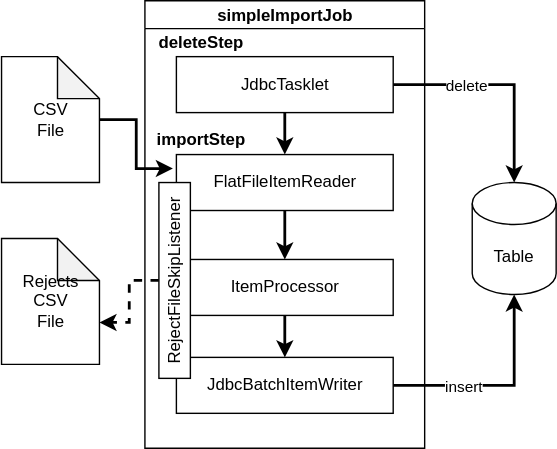
desprez/springbatch-patterns keeps this draw.io diagram as images/simpleExportJob.svg. Above is the earlier version. Source tidied: cells renumbered, new cells last; positions are measured from the earlier drawing's top-left corner, leaving out a move shared by most shapes.
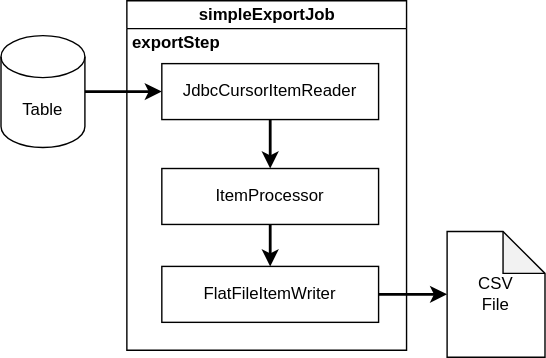
After the change.

The edit, as a diff of the source:
```diff
@@ -2,71 +2,38 @@
   <root>
     <mxCell id="0" />
     <mxCell id="1" parent="0" />
-    <mxCell id="2" value="Table" style="shape=cylinder3;whiteSpace=wrap;html=1;boundedLbl=1;backgroundOutline=1;size=15;" parent="1" vertex="1">
-      <mxGeometry x="336" y="130" width="60" height="80" as="geometry" />
+    <mxCell id="2" style="edgeStyle=orthogonalEdgeStyle;rounded=0;jettySize=auto;html=1;entryX=0;entryY=0.5;entryDx=0;entryDy=0;startArrow=none;startFill=0;endArrow=classic;endFill=1;strokeWidth=2;" parent="1" edge="1" source="3" target="7">
+      <mxGeometry relative="1" as="geometry" />
     </mxCell>
-    <mxCell id="3" style="edgeStyle=orthogonalEdgeStyle;rounded=0;jettySize=auto;html=1;strokeWidth=2;" parent="1" edge="1" source="4">
-      <mxGeometry relative="1" as="geometry">
-        <mxPoint x="122" y="120" as="targetPoint" />
-      </mxGeometry>
+    <mxCell id="3" value="Table" style="shape=cylinder3;whiteSpace=wrap;html=1;boundedLbl=1;backgroundOutline=1;size=15;" parent="1" vertex="1">
+      <mxGeometry x="12" y="385" width="60" height="80" as="geometry" />
     </mxCell>
-    <mxCell id="4" value="&lt;div&gt;CSV&lt;/div&gt;&lt;div&gt;File&lt;br&gt;&lt;/div&gt;" style="shape=note;whiteSpace=wrap;html=1;backgroundOutline=1;darkOpacity=0.05;" parent="1" vertex="1">
-      <mxGeometry x="-0.5" y="40" width="70" height="90" as="geometry" />
+    <mxCell id="4" value="&lt;div&gt;CSV&lt;/div&gt;&lt;div&gt;File&lt;/div&gt;" style="shape=note;whiteSpace=wrap;html=1;backgroundOutline=1;darkOpacity=0.05;" parent="1" vertex="1">
+      <mxGeometry x="331" y="525" width="70" height="90" as="geometry" />
     </mxCell>
-    <mxCell id="5" value="simpleImportJob" style="swimlane;html=1;startSize=20;horizontal=1;containerType=tree;labelPosition=center;verticalLabelPosition=middle;align=center;verticalAlign=bottom;" parent="1" vertex="1">
-      <mxGeometry x="102" width="200" height="320" as="geometry" />
+    <mxCell id="5" value="simpleExportJob" style="swimlane;html=1;startSize=20;horizontal=1;containerType=tree;labelPosition=center;verticalLabelPosition=middle;align=center;verticalAlign=middle;" parent="1" vertex="1">
+      <mxGeometry x="102" y="360" width="200" height="250" as="geometry" />
     </mxCell>
-    <mxCell id="6" style="edgeStyle=elbowEdgeStyle;elbow=vertical;startArrow=none;endArrow=classic;rounded=0;strokeWidth=2;startFill=0;endFill=1;" parent="5" edge="1" source="7" target="10">
+    <mxCell id="6" style="edgeStyle=elbowEdgeStyle;elbow=vertical;startArrow=none;endArrow=classic;rounded=0;strokeWidth=2;endFill=1;" parent="5" edge="1" source="7" target="10">
       <mxGeometry relative="1" as="geometry" />
     </mxCell>
-    <mxCell id="7" value="FlatFileItemReader" style="whiteSpace=wrap;html=1;newEdgeStyle={&quot;edgeStyle&quot;:&quot;elbowEdgeStyle&quot;,&quot;startArrow&quot;:&quot;none&quot;,&quot;endArrow&quot;:&quot;none&quot;};" parent="5" vertex="1">
-      <mxGeometry x="22.5" y="110" width="155" height="40" as="geometry" />
+    <mxCell id="7" value="JdbcCursorItemReader" style="whiteSpace=wrap;html=1;newEdgeStyle={&quot;edgeStyle&quot;:&quot;elbowEdgeStyle&quot;,&quot;startArrow&quot;:&quot;none&quot;,&quot;endArrow&quot;:&quot;none&quot;};" parent="5" vertex="1">
+      <mxGeometry x="25" y="45" width="155" height="40" as="geometry" />
     </mxCell>
-    <mxCell id="8" value="JdbcBatchItemWriter" style="whiteSpace=wrap;html=1;newEdgeStyle={&quot;edgeStyle&quot;:&quot;elbowEdgeStyle&quot;,&quot;startArrow&quot;:&quot;none&quot;,&quot;endArrow&quot;:&quot;none&quot;};" parent="5" vertex="1">
-      <mxGeometry x="22.5" y="255" width="155" height="40" as="geometry" />
+    <mxCell id="8" value="FlatFileItemWriter" style="whiteSpace=wrap;html=1;newEdgeStyle={&quot;edgeStyle&quot;:&quot;elbowEdgeStyle&quot;,&quot;startArrow&quot;:&quot;none&quot;,&quot;endArrow&quot;:&quot;none&quot;};" parent="5" vertex="1">
+      <mxGeometry x="25" y="190" width="155" height="40" as="geometry" />
     </mxCell>
-    <mxCell id="9" style="edgeStyle=elbowEdgeStyle;elbow=vertical;startArrow=none;endArrow=classic;rounded=0;endFill=1;strokeWidth=2;" parent="5" edge="1" source="10" target="8">
+    <mxCell id="9" style="edgeStyle=elbowEdgeStyle;elbow=vertical;startArrow=none;endArrow=classic;rounded=0;strokeWidth=2;endFill=1;" parent="5" edge="1" source="10" target="8">
       <mxGeometry relative="1" as="geometry" />
     </mxCell>
     <mxCell id="10" value="ItemProcessor" style="whiteSpace=wrap;html=1;newEdgeStyle={&quot;edgeStyle&quot;:&quot;elbowEdgeStyle&quot;,&quot;startArrow&quot;:&quot;none&quot;,&quot;endArrow&quot;:&quot;none&quot;};" parent="5" vertex="1">
-      <mxGeometry x="22.5" y="185" width="155" height="40" as="geometry" />
+      <mxGeometry x="25" y="120" width="155" height="40" as="geometry" />
     </mxCell>
-    <mxCell id="11" value="importStep" style="text;html=1;align=center;verticalAlign=middle;fontStyle=1;" parent="5" vertex="1">
-      <mxGeometry y="90" width="80" height="20" as="geometry" />
+    <mxCell id="11" value="exportStep" style="text;html=1;align=center;verticalAlign=middle;fontStyle=1;" parent="5" vertex="1">
+      <mxGeometry x="-5" y="20" width="80" height="20" as="geometry" />
     </mxCell>
-    <mxCell id="12" value="deleteStep" style="text;html=1;align=center;verticalAlign=middle;fontStyle=1;" parent="5" vertex="1">
-      <mxGeometry y="20" width="80" height="20" as="geometry" />
+    <mxCell id="12" style="edgeStyle=orthogonalEdgeStyle;rounded=0;jettySize=auto;html=1;startArrow=none;startFill=0;endArrow=classic;endFill=1;strokeWidth=2;entryX=0;entryY=0.5;entryDx=0;entryDy=0;entryPerimeter=0;" parent="1" edge="1" source="8" target="4">
+      <mxGeometry relative="1" as="geometry" />
     </mxCell>
-    <mxCell id="13" style="edgeStyle=orthogonalEdgeStyle;rounded=0;jettySize=auto;html=1;strokeWidth=2;" parent="5" edge="1" source="14" target="7">
-      <mxGeometry relative="1" as="geometry" />
-    </mxCell>
-    <mxCell id="14" value="JdbcTasklet" style="whiteSpace=wrap;html=1;newEdgeStyle={&quot;edgeStyle&quot;:&quot;elbowEdgeStyle&quot;,&quot;startArrow&quot;:&quot;none&quot;,&quot;endArrow&quot;:&quot;none&quot;};" parent="5" vertex="1">
-      <mxGeometry x="22.5" y="40" width="155" height="40" as="geometry" />
-    </mxCell>
-    <mxCell id="15" style="edgeStyle=orthogonalEdgeStyle;rounded=0;jettySize=auto;html=1;strokeWidth=2;" parent="1" edge="1" source="8" target="2">
-      <mxGeometry relative="1" as="geometry" />
-    </mxCell>
-    <mxCell id="16" value="insert" style="edgeLabel;html=1;align=center;verticalAlign=middle;" parent="15" vertex="1">
-      <mxGeometry x="-0.12" relative="1" as="geometry">
-        <mxPoint x="-17" as="offset" />
-      </mxGeometry>
-    </mxCell>
-    <mxCell id="17" style="edgeStyle=orthogonalEdgeStyle;rounded=0;jettySize=auto;html=1;entryX=0.5;entryY=0;entryDx=0;entryDy=0;entryPerimeter=0;strokeWidth=2;" parent="1" edge="1" source="14" target="2">
-      <mxGeometry relative="1" as="geometry" />
-    </mxCell>
-    <mxCell id="18" value="delete" style="edgeLabel;html=1;align=center;verticalAlign=middle;" parent="17" vertex="1">
-      <mxGeometry x="-0.15" y="-3" relative="1" as="geometry">
-        <mxPoint x="-14.5" y="-3" as="offset" />
-      </mxGeometry>
-    </mxCell>
-    <mxCell id="19" value="Rejects&lt;br&gt;&lt;div&gt;CSV&lt;/div&gt;&lt;div&gt;File&lt;br&gt;&lt;/div&gt;" style="shape=note;whiteSpace=wrap;html=1;backgroundOutline=1;darkOpacity=0.05;" parent="1" vertex="1">
-      <mxGeometry x="-0.5" y="170" width="70" height="90" as="geometry" />
-    </mxCell>
-    <mxCell id="20" style="edgeStyle=orthogonalEdgeStyle;rounded=0;jettySize=auto;html=1;entryX=0;entryY=0;entryDx=70;entryDy=60;entryPerimeter=0;strokeWidth=2;dashed=1;" parent="1" edge="1" source="21" target="19">
-      <mxGeometry relative="1" as="geometry" />
-    </mxCell>
-    <mxCell id="21" value="RejectFileSkipListener" style="whiteSpace=wrap;newEdgeStyle={&quot;edgeStyle&quot;:&quot;elbowEdgeStyle&quot;,&quot;startArrow&quot;:&quot;none&quot;,&quot;endArrow&quot;:&quot;none&quot;};horizontal=0;" parent="1" vertex="1">
-      <mxGeometry x="112" y="130" width="22.5" height="140" as="geometry" />
-    </mxCell>
   </root>
 </mxGraphModel>
```
